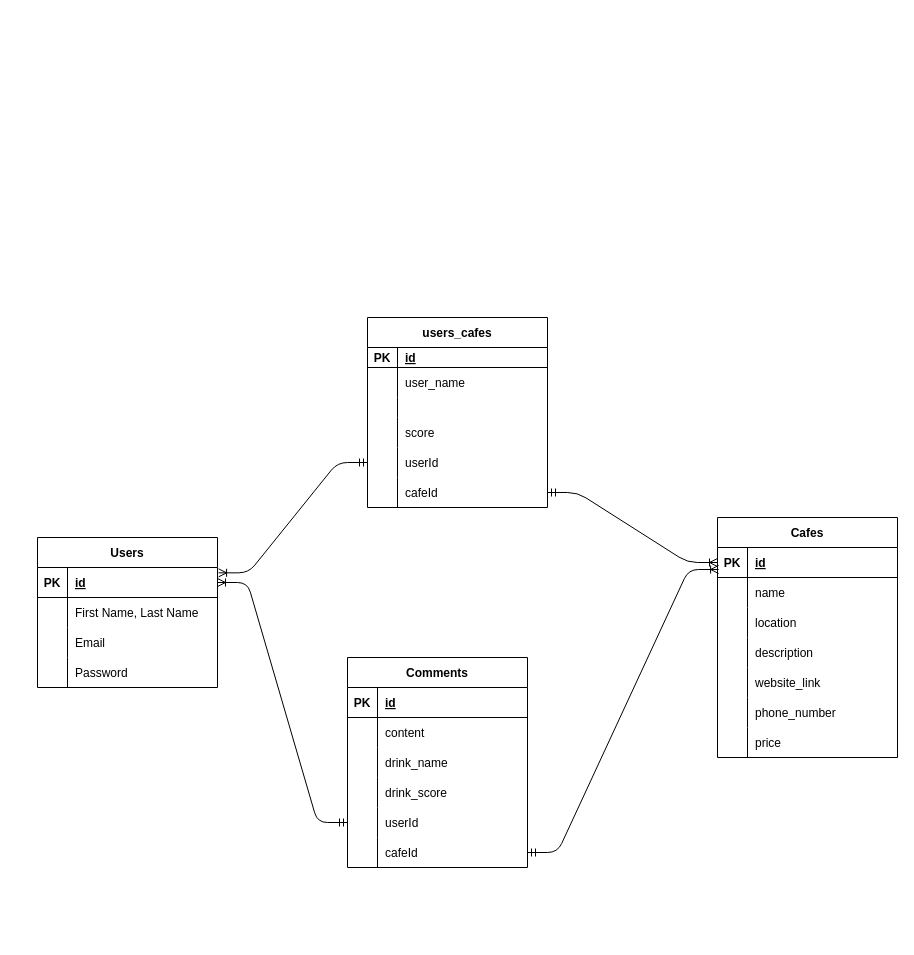
Above: ERD.drawio in yasahaverland/cafe-finder (draw.io), before the change. Source tidied: cells renumbered, new cells numbered last; positions are measured from the earlier drawing's top-left corner, leaving out a move shared by most shapes. Both pictures are drawn from the tidied source at 100%, with x=0, y=0 at pixel (37, 317).
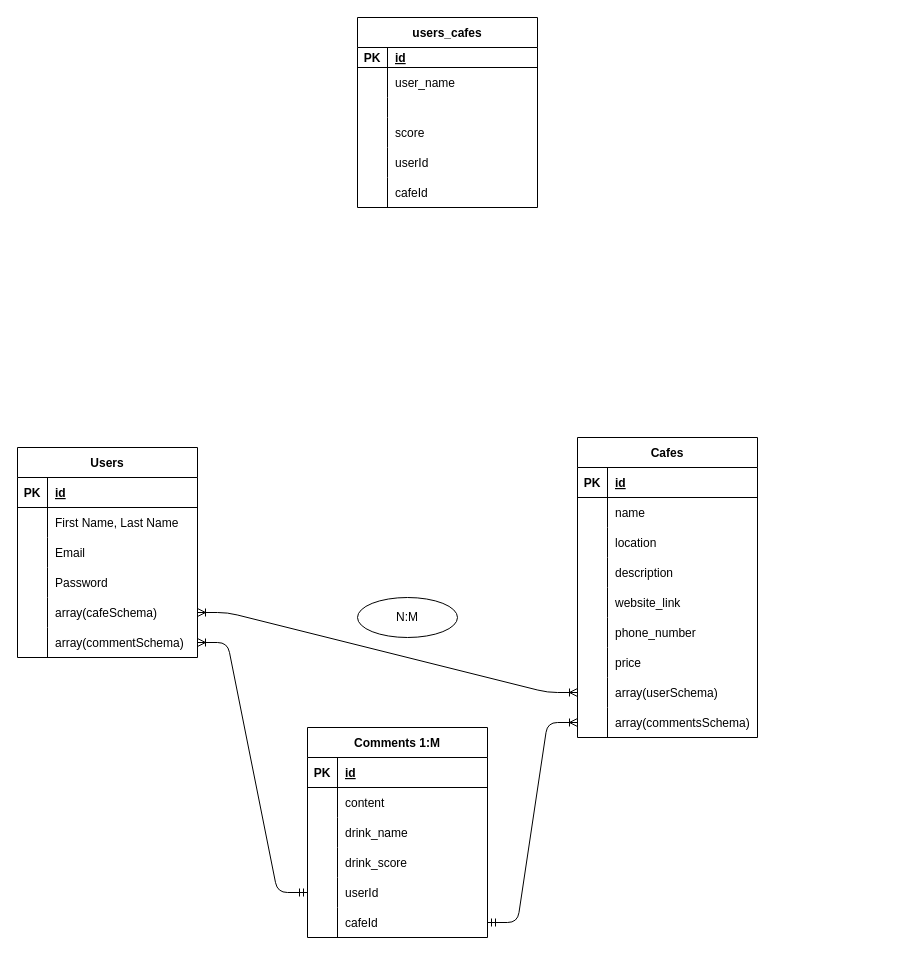
The same page after the edit.

Commit message (it also covers changes not shown here):
adds changes to ERD and adds env local

Unchanged cells that the change refers to:
```xml
<mxCell id="3" style="shape=partialRectangle;fillColor=none;top=0;left=0;bottom=1;right=0;points=[[0,0.5],[1,0.5]];portConstraint=eastwest;" parent="2" vertex="1">
  <mxGeometry y="30" width="180" height="30" as="geometry" />
</mxCell>
<mxCell id="28" style="shape=partialRectangle;fillColor=none;top=0;left=0;bottom=0;right=0;points=[[0,0.5],[1,0.5]];portConstraint=eastwest;" parent="15" vertex="1">
  <mxGeometry y="130" width="180" height="30" as="geometry" />
</mxCell>
<mxCell id="31" style="shape=partialRectangle;fillColor=none;top=0;left=0;bottom=0;right=0;points=[[0,0.5],[1,0.5]];portConstraint=eastwest;" parent="15" vertex="1">
  <mxGeometry y="160" width="180" height="30" as="geometry" />
</mxCell>
<mxCell id="35" style="shape=partialRectangle;fillColor=none;top=0;left=0;bottom=1;right=0;points=[[0,0.5],[1,0.5]];portConstraint=eastwest;" parent="34" vertex="1">
  <mxGeometry y="30" width="180" height="30" as="geometry" />
</mxCell>
<mxCell id="71" style="shape=partialRectangle;fillColor=none;top=0;left=0;bottom=0;right=0;points=[[0,0.5],[1,0.5]];portConstraint=eastwest;" parent="58" vertex="1">
  <mxGeometry y="150" width="180" height="30" as="geometry" />
</mxCell>
<mxCell id="74" style="shape=partialRectangle;fillColor=none;top=0;left=0;bottom=0;right=0;points=[[0,0.5],[1,0.5]];portConstraint=eastwest;" parent="58" vertex="1">
  <mxGeometry y="180" width="180" height="30" as="geometry" />
</mxCell>
```

What changed in the source:
```diff
@@
     <mxCell id="2" value="Users" style="shape=table;startSize=30;childLayout=tableLayout;rowLines=0;fontStyle=1;align=center;" parent="1" vertex="1">
-      <mxGeometry y="220" width="180" height="150" as="geometry" />
+      <mxGeometry x="-20" y="130" width="180" height="210" as="geometry" />
     </mxCell>
@@
+    <mxCell id="79" style="shape=partialRectangle;fillColor=none;top=0;left=0;bottom=0;right=0;points=[[0,0.5],[1,0.5]];portConstraint=eastwest;" parent="2" vertex="1">
+      <mxGeometry y="150" width="180" height="30" as="geometry" />
+    </mxCell>
+    <mxCell id="80" style="shape=partialRectangle;fillColor=none;top=0;left=0;bottom=0;right=0;overflow=hidden;" parent="79" vertex="1">
+      <mxGeometry width="30" height="30" as="geometry" />
+    </mxCell>
+    <mxCell id="81" value="array(cafeSchema)" style="shape=partialRectangle;fillColor=none;top=0;left=0;bottom=0;right=0;align=left;spacingLeft=6;overflow=hidden;" parent="79" vertex="1">
+      <mxGeometry x="30" width="150" height="30" as="geometry" />
+    </mxCell>
+    <mxCell id="82" style="shape=partialRectangle;fillColor=none;top=0;left=0;bottom=0;right=0;points=[[0,0.5],[1,0.5]];portConstraint=eastwest;" parent="2" vertex="1">
+      <mxGeometry y="180" width="180" height="30" as="geometry" />
+    </mxCell>
+    <mxCell id="83" style="shape=partialRectangle;fillColor=none;top=0;left=0;bottom=0;right=0;overflow=hidden;" parent="82" vertex="1">
+      <mxGeometry width="30" height="30" as="geometry" />
+    </mxCell>
+    <mxCell id="84" value="array(commentSchema)" style="shape=partialRectangle;fillColor=none;top=0;left=0;bottom=0;right=0;align=left;spacingLeft=6;overflow=hidden;" parent="82" vertex="1">
+      <mxGeometry x="30" width="150" height="30" as="geometry" />
+    </mxCell>
     <mxCell id="15" value="users_cafes" style="shape=table;startSize=30;childLayout=tableLayout;rowLines=0;fontStyle=1;align=center;" parent="1" vertex="1">
-      <mxGeometry x="330" width="180" height="190" as="geometry" />
+      <mxGeometry x="320" y="-300" width="180" height="190" as="geometry" />
     </mxCell>
@@
     <mxCell id="34" value="Cafes" style="shape=table;startSize=30;childLayout=tableLayout;rowLines=0;fontStyle=1;align=center;" parent="1" vertex="1">
-      <mxGeometry x="680" y="200" width="180" height="240" as="geometry" />
+      <mxGeometry x="540" y="120" width="180" height="300" as="geometry" />
     </mxCell>
@@
-    <mxCell id="56" style="edgeStyle=entityRelationEdgeStyle;fontSize=12;html=1;endArrow=ERoneToMany;startArrow=ERmandOne;entryX=1.006;entryY=0.178;entryDx=0;entryDy=0;exitX=0;exitY=0.5;exitDx=0;exitDy=0;entryPerimeter=0;" parent="1" edge="1" source="28" target="3">
-      <mxGeometry relative="1" as="geometry" />
-    </mxCell>
-    <mxCell id="57" style="edgeStyle=entityRelationEdgeStyle;fontSize=12;html=1;endArrow=ERoneToMany;startArrow=ERmandOne;exitX=1;exitY=0.5;exitDx=0;exitDy=0;entryX=0;entryY=0.5;entryDx=0;entryDy=0;" parent="1" edge="1" source="31" target="35">
-      <mxGeometry relative="1" as="geometry" />
-    </mxCell>
+    <mxCell id="85" style="shape=partialRectangle;fillColor=none;top=0;left=0;bottom=0;right=0;points=[[0,0.5],[1,0.5]];portConstraint=eastwest;" parent="34" vertex="1">
+      <mxGeometry y="240" width="180" height="30" as="geometry" />
+    </mxCell>
+    <mxCell id="86" style="shape=partialRectangle;fillColor=none;top=0;left=0;bottom=0;right=0;overflow=hidden;" parent="85" vertex="1">
+      <mxGeometry width="30" height="30" as="geometry" />
+    </mxCell>
+    <mxCell id="87" value="array(userSchema)" style="shape=partialRectangle;fillColor=none;top=0;left=0;bottom=0;right=0;align=left;spacingLeft=6;overflow=hidden;horizontal=1;" parent="85" vertex="1">
+      <mxGeometry x="30" width="150" height="30" as="geometry" />
+    </mxCell>
+    <mxCell id="88" style="shape=partialRectangle;fillColor=none;top=0;left=0;bottom=0;right=0;points=[[0,0.5],[1,0.5]];portConstraint=eastwest;" parent="34" vertex="1">
+      <mxGeometry y="270" width="180" height="30" as="geometry" />
+    </mxCell>
+    <mxCell id="89" style="shape=partialRectangle;fillColor=none;top=0;left=0;bottom=0;right=0;overflow=hidden;" parent="88" vertex="1">
+      <mxGeometry width="30" height="30" as="geometry" />
+    </mxCell>
+    <mxCell id="90" value="array(commentsSchema)" style="shape=partialRectangle;fillColor=none;top=0;left=0;bottom=0;right=0;align=left;spacingLeft=6;overflow=hidden;horizontal=1;" parent="88" vertex="1">
+      <mxGeometry x="30" width="150" height="30" as="geometry" />
+    </mxCell>
-    <mxCell id="58" value="Comments" style="shape=table;startSize=30;childLayout=tableLayout;rowLines=0;fontStyle=1;align=center;" parent="1" vertex="1">
-      <mxGeometry x="310" y="340" width="180" height="210" as="geometry" />
+    <mxCell id="58" value="Comments 1:M" style="shape=table;startSize=30;childLayout=tableLayout;rowLines=0;fontStyle=1;align=center;" parent="1" vertex="1">
+      <mxGeometry x="270" y="410" width="180" height="210" as="geometry" />
     </mxCell>
@@
-    <mxCell id="77" style="edgeStyle=entityRelationEdgeStyle;fontSize=12;html=1;endArrow=ERoneToMany;startArrow=ERmandOne;exitX=0;exitY=0.5;exitDx=0;exitDy=0;entryX=1;entryY=0.5;entryDx=0;entryDy=0;" parent="1" edge="1" source="71" target="3">
+    <mxCell id="77" style="edgeStyle=entityRelationEdgeStyle;fontSize=12;html=1;endArrow=ERoneToMany;startArrow=ERmandOne;exitX=0;exitY=0.5;exitDx=0;exitDy=0;entryX=1;entryY=0.5;entryDx=0;entryDy=0;" parent="1" edge="1" source="71" target="82">
       <mxGeometry relative="1" as="geometry" />
     </mxCell>
-    <mxCell id="78" style="edgeStyle=entityRelationEdgeStyle;fontSize=12;html=1;endArrow=ERoneToMany;startArrow=ERmandOne;exitX=1;exitY=0.5;exitDx=0;exitDy=0;entryX=0.006;entryY=0.733;entryDx=0;entryDy=0;entryPerimeter=0;" parent="1" edge="1" source="74" target="35">
+    <mxCell id="78" style="edgeStyle=entityRelationEdgeStyle;fontSize=12;html=1;endArrow=ERoneToMany;startArrow=ERmandOne;exitX=1;exitY=0.5;exitDx=0;exitDy=0;entryX=0;entryY=0.5;entryDx=0;entryDy=0;" parent="1" edge="1" source="74" target="88">
       <mxGeometry relative="1" as="geometry" />
     </mxCell>
+    <mxCell id="91" style="edgeStyle=entityRelationEdgeStyle;fontSize=12;html=1;endArrow=ERoneToMany;startArrow=ERoneToMany;exitX=1;exitY=0.5;exitDx=0;exitDy=0;entryX=0;entryY=0.5;entryDx=0;entryDy=0;" parent="1" edge="1" source="79" target="85">
+      <mxGeometry relative="1" as="geometry" />
+    </mxCell>
+    <mxCell id="92" value="N:M" style="ellipse;whiteSpace=wrap;html=1;align=center;" parent="1" vertex="1">
+      <mxGeometry x="320" y="280" width="100" height="40" as="geometry" />
+    </mxCell>
```
